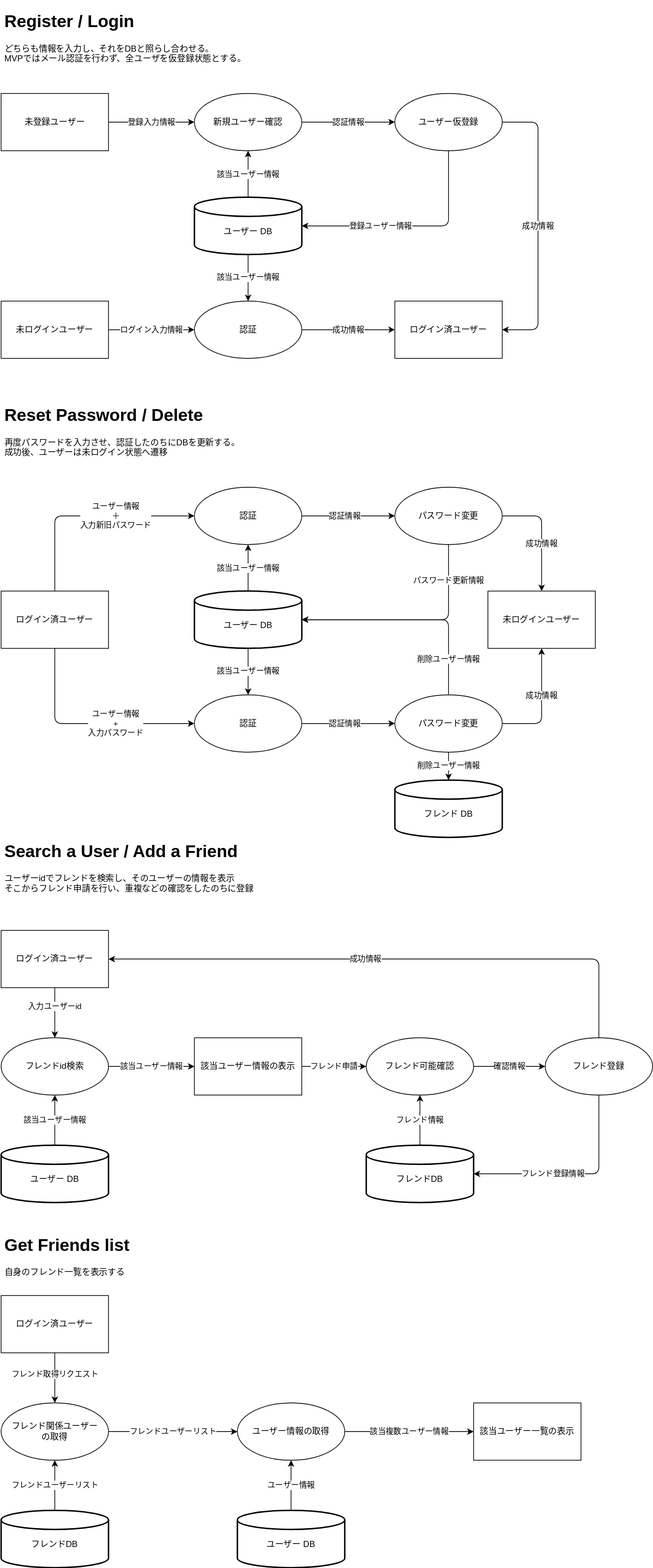
Earlier version of the draw.io export docs/02.Backend/02.DB/dfd.drawio.svg (TUS-OSK/quantum-gomoku). Source tidied: cells renumbered, new cells last; positions are measured from the earlier drawing's top-left corner, leaving out a move shared by most shapes.
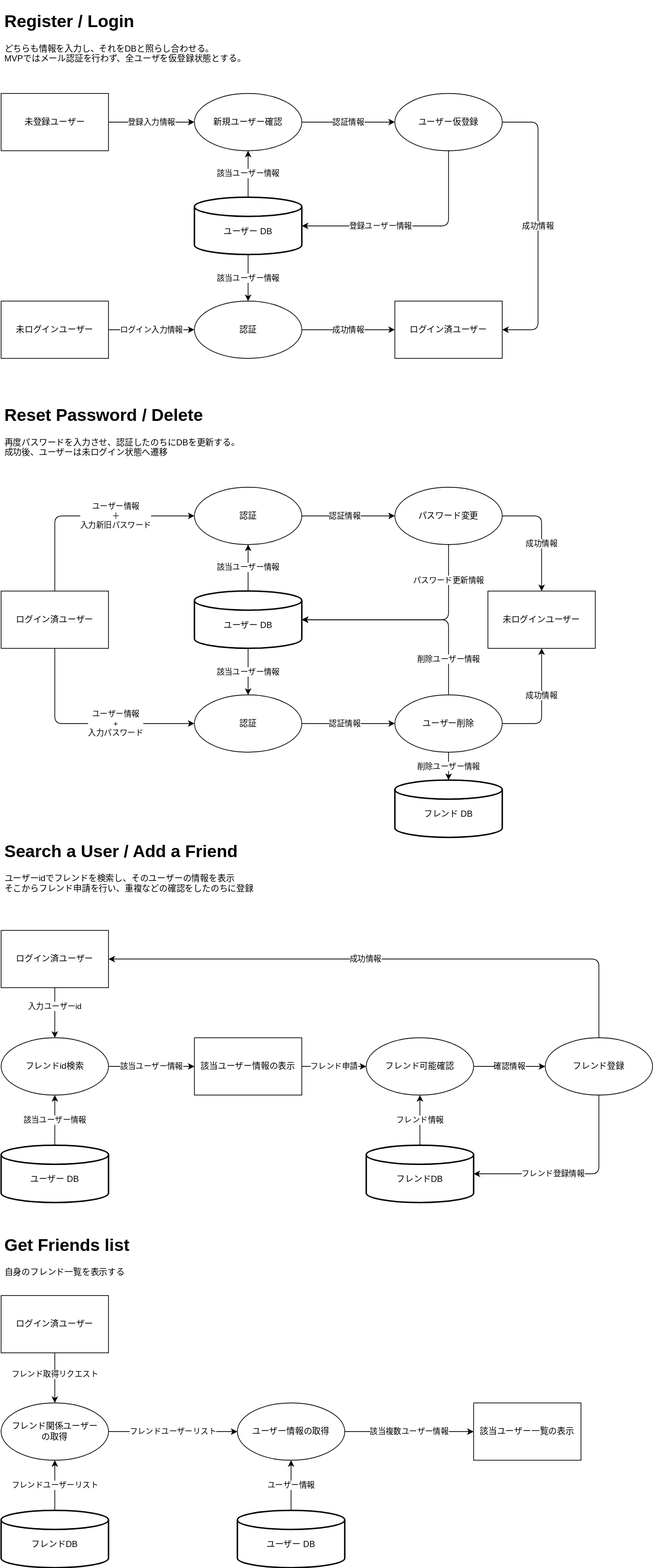
The same diagram one commit later.

The edit, as a diff of the source:
```diff
@@ -174,7 +174,7 @@
     <mxCell id="48" value="削除ユーザー情報" style="edgeStyle=none;html=1;exitX=0.5;exitY=1;exitDx=0;exitDy=0;" parent="1" edge="1" source="49" target="65">
       <mxGeometry relative="1" as="geometry" />
     </mxCell>
-    <mxCell id="49" value="パスワード変更" style="ellipse;whiteSpace=wrap;html=1;" parent="1" vertex="1">
+    <mxCell id="49" value="ユーザー削除" style="ellipse;whiteSpace=wrap;html=1;" parent="1" vertex="1">
       <mxGeometry x="550" y="960" width="150" height="80" as="geometry" />
     </mxCell>
     <mxCell id="50" value="認証情報" style="edgeStyle=none;html=1;entryX=0;entryY=0.5;entryDx=0;entryDy=0;exitX=1;exitY=0.5;exitDx=0;exitDy=0;" parent="1" edge="1" source="44" target="49">
```
